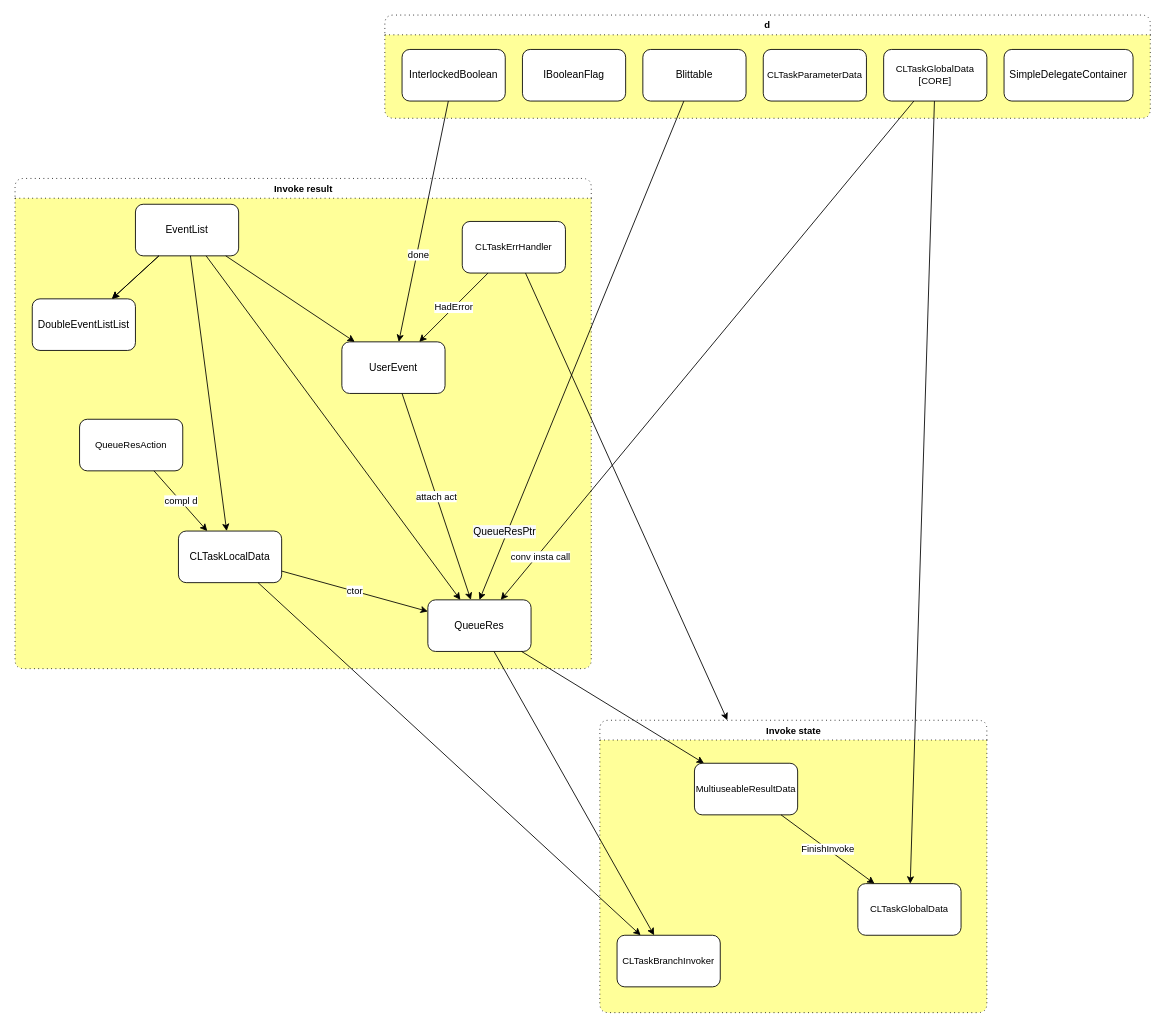
SunSerega/POCGL keeps this draw.io diagram as Modules/OpenCLABC.Utils.drawio. Above is the earlier version. Source tidied: cells renumbered, new cells numbered last; positions are measured from the earlier drawing's top-left corner, leaving out a move shared by most shapes. Both pictures are drawn from the tidied source at 86%, with x=0, y=0 at pixel (15, 15).
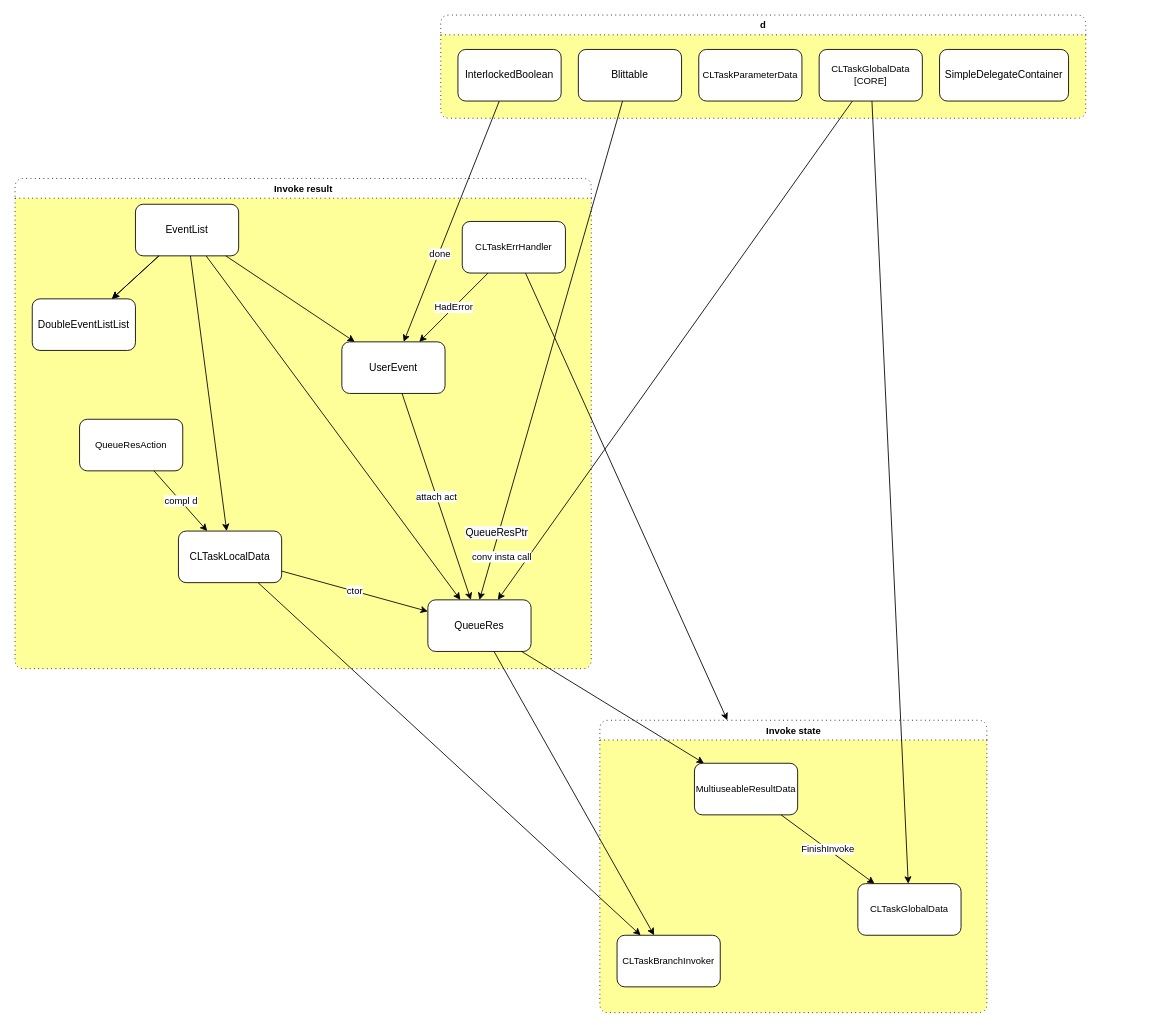
Above is the later version.

Commit message (it also covers changes not shown here):
OpenCLABC: non code-gen compiles

Diff of the diagram source:
```diff
@@
     <mxCell id="2" value="d" style="swimlane;fontFamily=Helvetica;fontSize=11;rounded=1;labelBackgroundColor=none;labelBorderColor=none;swimlaneFillColor=#FFFF99;dashed=1;dashPattern=1 4;" parent="1" vertex="1">
-      <mxGeometry x="430" width="890" height="120" as="geometry" />
+      <mxGeometry x="495" width="750" height="120" as="geometry" />
     </mxCell>
@@
-    <mxCell id="4" value="IBooleanFlag" style="rounded=1;whiteSpace=wrap;html=1;" parent="2" vertex="1">
-      <mxGeometry x="160" y="40" width="120" height="60" as="geometry" />
-    </mxCell>
     <mxCell id="5" value="Blittable" style="rounded=1;whiteSpace=wrap;html=1;" parent="2" vertex="1">
-      <mxGeometry x="300" y="40" width="120" height="60" as="geometry" />
+      <mxGeometry x="160" y="40" width="120" height="60" as="geometry" />
     </mxCell>
     <mxCell id="6" value="CLTaskParameterData" style="rounded=1;whiteSpace=wrap;html=1;fontFamily=Helvetica;fontSize=11;fontColor=default;" parent="2" vertex="1">
-      <mxGeometry x="440" y="40" width="120" height="60" as="geometry" />
+      <mxGeometry x="300" y="40" width="120" height="60" as="geometry" />
     </mxCell>
     <mxCell id="7" value="CLTaskGlobalData&lt;br&gt;[CORE]" style="rounded=1;whiteSpace=wrap;html=1;fontFamily=Helvetica;fontSize=11;fontColor=default;" parent="2" vertex="1">
-      <mxGeometry x="580" y="40" width="120" height="60" as="geometry" />
+      <mxGeometry x="440" y="40" width="120" height="60" as="geometry" />
     </mxCell>
     <mxCell id="8" value="SimpleDelegateContainer" style="rounded=1;whiteSpace=wrap;html=1;" parent="2" vertex="1">
-      <mxGeometry x="720" y="40" width="150" height="60" as="geometry" />
+      <mxGeometry x="580" y="40" width="150" height="60" as="geometry" />
     </mxCell>
```
